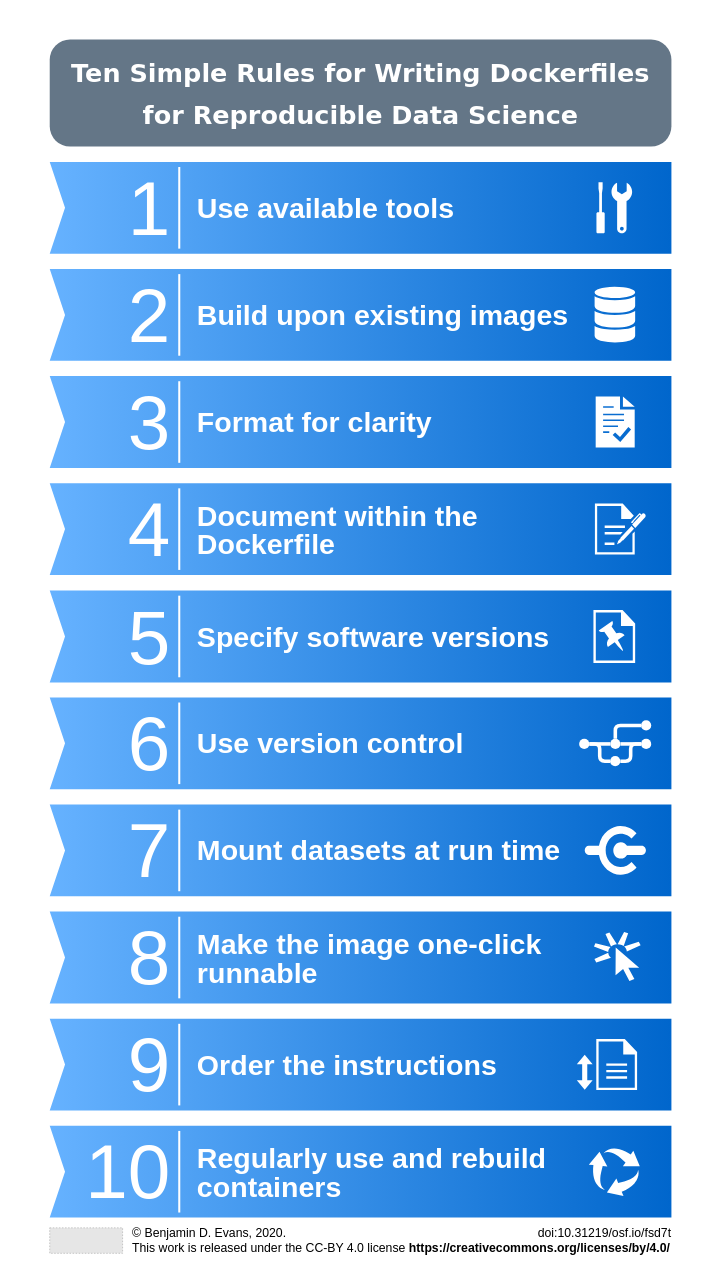
Above: summary.drawio in nuest/ten-simple-rules-dockerfiles (draw.io), before the change. Source tidied: cells renumbered, new cells numbered last; positions are measured from the earlier drawing's top-left corner, leaving out a move shared by most shapes. Both pictures are drawn from the tidied source at 51%, with x=0, y=0 at pixel (9, 9). Pictures stored in the file or linked from it are replaced by grey dashed boxes.
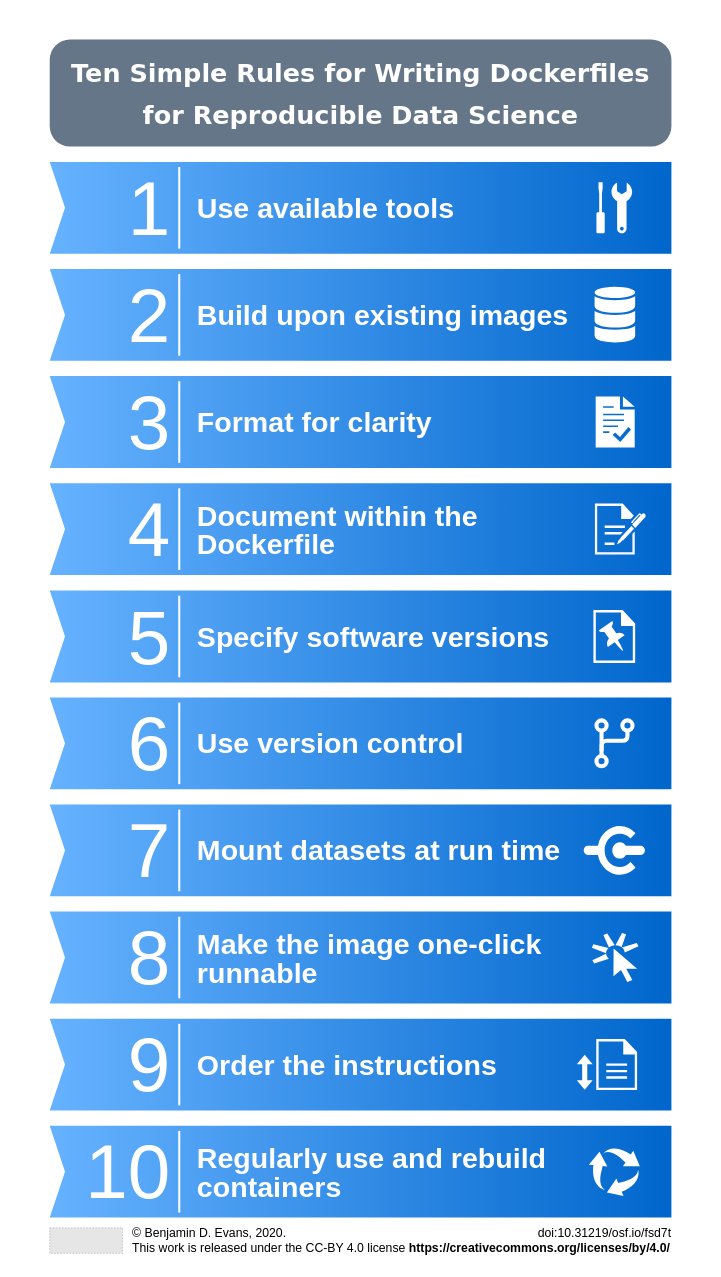
Above is the later version.

Change to the diagram source:
```diff
@@
     <mxCell id="45" style="shadow=0;dashed=0;html=1;labelPosition=center;verticalLabelPosition=bottom;verticalAlign=top;align=center;shape=mxgraph.office.concepts.get_started;strokeColor=none;" parent="1" vertex="1">
-      <mxGeometry x="1147.1" y="1810" width="91.5" height="96" as="geometry" />
+      <mxGeometry x="1143" y="1812" width="91.5" height="96" as="geometry" />
     </mxCell>
@@
     <mxCell id="52" style="shadow=0;dashed=0;html=1;labelPosition=center;verticalLabelPosition=bottom;verticalAlign=top;align=center;shape=mxgraph.office.concepts.connector;rounded=1;strokeColor=none;" parent="1" vertex="1">
-      <mxGeometry x="1129" y="1602" width="120" height="96" as="geometry" />
+      <mxGeometry x="1127" y="1602" width="120" height="96" as="geometry" />
     </mxCell>
@@
-    <mxCell id="56" style="ellipse;whiteSpace=wrap;html=1;rounded=1;strokeColor=none;fillColor=#FFFFFF;gradientColor=none;" parent="1" vertex="1">
-      <mxGeometry x="1118.1" y="1431.2" width="20" height="20" as="geometry" />
-    </mxCell>
-    <mxCell id="57" style="edgeStyle=orthogonalEdgeStyle;rounded=1;comic=0;jettySize=auto;html=1;exitX=1;exitY=0.5;exitDx=0;exitDy=0;entryX=0;entryY=0.5;entryDx=0;entryDy=0;shadow=0;startArrow=none;startFill=0;endArrow=none;endFill=0;strokeColor=#FFFFFF;strokeWidth=7;fillColor=#ffffff;" parent="1" edge="1" source="58" target="65">
-      <mxGeometry relative="1" as="geometry" />
-    </mxCell>
-    <mxCell id="58" style="ellipse;whiteSpace=wrap;html=1;rounded=1;strokeColor=none;fillColor=#FFFFFF;gradientColor=none;" parent="1" vertex="1">
-      <mxGeometry x="1178.8" y="1465" width="20" height="20" as="geometry" />
-    </mxCell>
-    <mxCell id="59" style="edgeStyle=orthogonalEdgeStyle;rounded=1;comic=0;jettySize=auto;html=1;exitX=0;exitY=0.5;exitDx=0;exitDy=0;entryX=1;entryY=0.5;entryDx=0;entryDy=0;shadow=0;startArrow=none;startFill=0;endArrow=none;endFill=0;strokeColor=#FFFFFF;strokeWidth=7;fillColor=#ffffff;" parent="1" edge="1" source="65" target="61">
-      <mxGeometry relative="1" as="geometry" />
-    </mxCell>
-    <mxCell id="60" style="edgeStyle=orthogonalEdgeStyle;rounded=1;comic=0;jettySize=auto;html=1;exitX=0;exitY=0.5;exitDx=0;exitDy=0;entryX=1;entryY=0.5;entryDx=0;entryDy=0;shadow=0;startArrow=none;startFill=0;endArrow=none;endFill=0;strokeColor=#FFFFFF;strokeWidth=7;fillColor=#ffffff;" parent="1" edge="1" source="61" target="56">
-      <mxGeometry relative="1" as="geometry" />
-    </mxCell>
-    <mxCell id="61" style="ellipse;whiteSpace=wrap;html=1;rounded=1;strokeColor=none;fillColor=#FFFFFF;gradientColor=none;" parent="1" vertex="1">
-      <mxGeometry x="1179" y="1431.2" width="20" height="20" as="geometry" />
-    </mxCell>
-    <mxCell id="62" style="comic=0;jettySize=auto;html=1;exitX=0;exitY=0.5;exitDx=0;exitDy=0;entryX=1;entryY=0.5;entryDx=0;entryDy=0;shadow=0;strokeColor=#FFFFFF;fillColor=#ffffff;rounded=1;edgeStyle=orthogonalEdgeStyle;startArrow=none;startFill=0;endArrow=none;endFill=0;strokeWidth=7;" parent="1" edge="1" source="58" target="56">
-      <mxGeometry relative="1" as="geometry" />
-    </mxCell>
-    <mxCell id="63" style="edgeStyle=orthogonalEdgeStyle;rounded=1;comic=0;jettySize=auto;html=1;exitX=0;exitY=0.5;exitDx=0;exitDy=0;shadow=0;startArrow=none;startFill=0;endArrow=none;endFill=0;strokeColor=#FFFFFF;strokeWidth=7;fillColor=#ffffff;" parent="1" edge="1" source="64" target="61">
-      <mxGeometry relative="1" as="geometry" />
-    </mxCell>
-    <mxCell id="64" style="ellipse;whiteSpace=wrap;html=1;rounded=1;strokeColor=none;fillColor=#FFFFFF;gradientColor=none;" parent="1" vertex="1">
-      <mxGeometry x="1239.4" y="1395" width="20" height="20" as="geometry" />
-    </mxCell>
-    <mxCell id="65" style="ellipse;whiteSpace=wrap;html=1;rounded=1;strokeColor=none;fillColor=#FFFFFF;gradientColor=none;" parent="1" vertex="1">
-      <mxGeometry x="1239.4" y="1431.2" width="20" height="20" as="geometry" />
-    </mxCell>
@@
+    <mxCell id="67" style="ellipse;whiteSpace=wrap;html=1;rounded=1;strokeWidth=8;fillColor=none;strokeColor=#FFFFFF;" parent="1" vertex="1">
+      <mxGeometry x="1152" y="1395" width="20" height="20" as="geometry" />
+    </mxCell>
+    <mxCell id="68" style="ellipse;whiteSpace=wrap;html=1;rounded=1;strokeWidth=8;fillColor=none;strokeColor=#FFFFFF;" parent="1" vertex="1">
+      <mxGeometry x="1152" y="1465" width="20" height="20" as="geometry" />
+    </mxCell>
+    <mxCell id="69" style="edgeStyle=orthogonalEdgeStyle;rounded=1;comic=0;jettySize=auto;html=1;exitX=0.5;exitY=1;exitDx=0;exitDy=0;shadow=0;startArrow=none;startFill=0;endArrow=none;endFill=0;strokeWidth=8;strokeColor=#FFFFFF;" parent="1" edge="1" source="70">
+      <mxGeometry relative="1" as="geometry">
+        <mxPoint x="1162" y="1455" as="targetPoint" />
+      </mxGeometry>
+    </mxCell>
+    <mxCell id="70" style="ellipse;whiteSpace=wrap;html=1;rounded=1;strokeWidth=8;fillColor=none;strokeColor=#FFFFFF;" parent="1" vertex="1">
+      <mxGeometry x="1202.8" y="1395" width="20" height="20" as="geometry" />
+    </mxCell>
+    <mxCell id="71" style="comic=0;jettySize=auto;html=1;entryX=0.5;entryY=1;entryDx=0;entryDy=0;shadow=0;rounded=1;edgeStyle=orthogonalEdgeStyle;startArrow=none;startFill=0;endArrow=none;endFill=0;strokeWidth=8;strokeColor=#FFFFFF;" parent="1" edge="1" source="68" target="67">
+      <mxGeometry relative="1" as="geometry" />
+    </mxCell>
```
